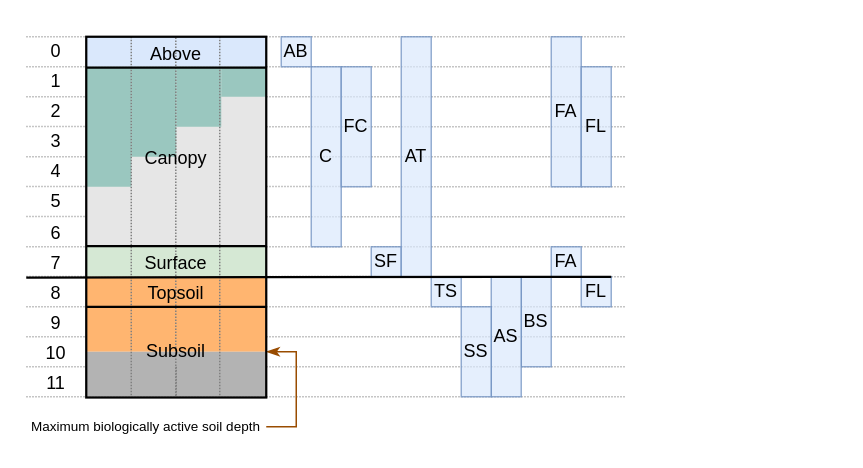
Earlier version of the draw.io diagram docs/source/_static/images/layer_structure.drawio (ImperialCollegeLondon/virtual_ecosystem). Source tidied: cells renumbered, new cells numbered last; positions are measured from the earlier drawing's top-left corner, leaving out a move shared by most shapes. Both pictures are drawn from the tidied source at 150%, with x=0, y=0 at pixel (26, 36).
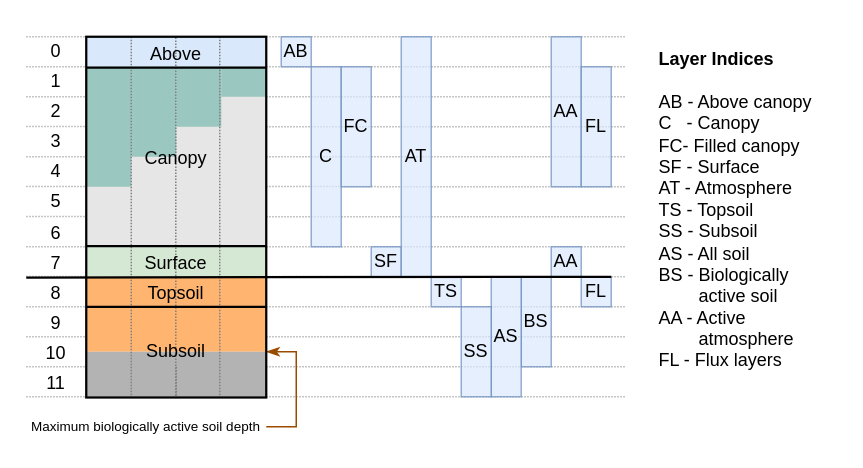
Above is the later version.

Commit message (it also covers changes not shown here):
Updated layer diagram

Change to the diagram source:
```diff
@@
+    <mxCell id="70" value="&lt;b&gt;Layer Indices&lt;/b&gt;&lt;br&gt;&lt;br&gt;AB - Above canopy&lt;br&gt;C&amp;nbsp; &amp;nbsp;- Canopy&lt;br&gt;FC- Filled canopy&lt;br&gt;SF - Surface&lt;br&gt;AT - Atmosphere&lt;br&gt;TS - Topsoil&lt;br&gt;SS - Subsoil&lt;br&gt;AS - All soil&lt;br&gt;BS - Biologically&lt;br&gt;&amp;nbsp; &amp;nbsp; &amp;nbsp; &amp;nbsp; active soil&lt;br&gt;AA - Active &lt;br&gt;&amp;nbsp; &amp;nbsp; &amp;nbsp; &amp;nbsp; atmosphere&lt;br&gt;FL - Flux layers" style="text;html=1;strokeColor=none;fillColor=none;align=left;verticalAlign=top;whiteSpace=wrap;rounded=0;" parent="1" vertex="1">
+      <mxGeometry x="420" y="1" width="120" height="239" as="geometry" />
+    </mxCell>
@@
-    <mxCell id="54" value="FA" style="rounded=0;whiteSpace=wrap;html=1;fillColor=#dae8fc;strokeColor=#6c8ebf;opacity=70;" parent="30" vertex="1">
+    <mxCell id="54" value="AA" style="rounded=0;whiteSpace=wrap;html=1;fillColor=#dae8fc;strokeColor=#6c8ebf;opacity=70;" parent="30" vertex="1">
       <mxGeometry x="350" width="20" height="100" as="geometry" />
     </mxCell>
@@
-    <mxCell id="57" value="FA" style="rounded=0;whiteSpace=wrap;html=1;fillColor=#dae8fc;strokeColor=#6c8ebf;opacity=70;" parent="30" vertex="1">
+    <mxCell id="57" value="AA" style="rounded=0;whiteSpace=wrap;html=1;fillColor=#dae8fc;strokeColor=#6c8ebf;opacity=70;" parent="30" vertex="1">
       <mxGeometry x="350" y="140" width="20" height="20" as="geometry" />
     </mxCell>
```
